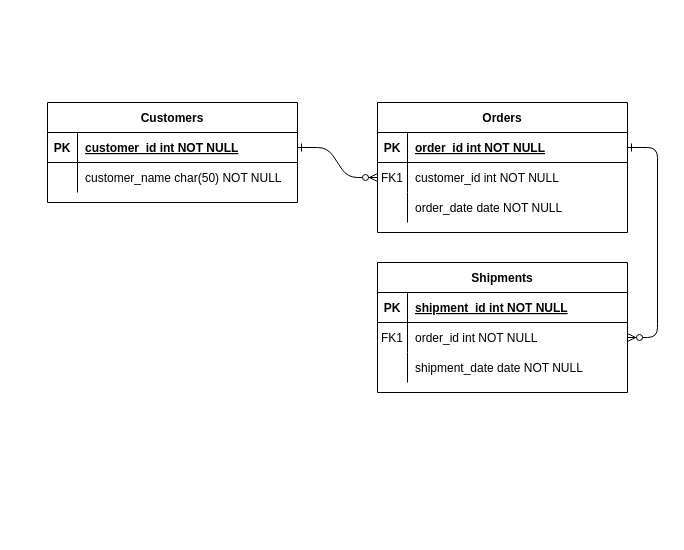
The draw.io diagram Untitled Diagram.drawio in 200103439As/Newrep, before the edit. Source tidied: cells renumbered, new cells numbered last; positions are measured from the earlier drawing's top-left corner, leaving out a move shared by most shapes. Both pictures are drawn from the tidied source at 100%, with x=0, y=0 at pixel (47, 102).
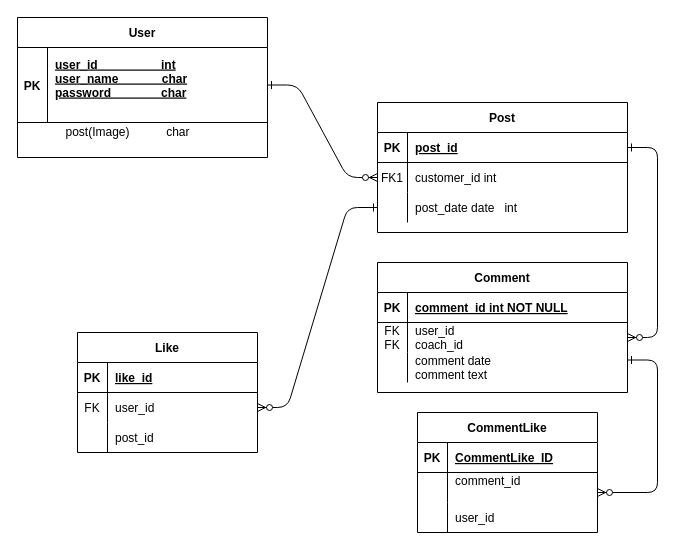
After the change.

The change refers to these unchanged cells:
```xml
<mxCell id="5" style="shape=partialRectangle;fillColor=none;points=[[0,0.5],[1,0.5]];portConstraint=eastwest;top=0;left=0;right=0;bottom=1;" parent="4" vertex="1">
  <mxGeometry y="30" width="250" height="30" as="geometry" />
</mxCell>
<mxCell id="8" style="shape=partialRectangle;fillColor=none;points=[[0,0.5],[1,0.5]];portConstraint=eastwest;top=0;left=0;right=0;bottom=0;" parent="4" vertex="1">
  <mxGeometry y="60" width="250" height="30" as="geometry" />
</mxCell>
<mxCell id="11" style="shape=partialRectangle;fillColor=none;points=[[0,0.5],[1,0.5]];portConstraint=eastwest;top=0;left=0;right=0;bottom=0;" parent="4" vertex="1">
  <mxGeometry y="90" width="250" height="30" as="geometry" />
</mxCell>
<mxCell id="15" style="shape=partialRectangle;fillColor=none;top=0;left=0;right=0;bottom=1;" parent="14" vertex="1">
  <mxGeometry y="30" width="250" height="30" as="geometry" />
</mxCell>
<mxCell id="18" style="shape=partialRectangle;fillColor=none;points=[[0,0.5],[1,0.5]];portConstraint=eastwest;top=0;left=0;right=0;bottom=0;" parent="14" vertex="1">
  <mxGeometry y="60" width="250" height="30" as="geometry" />
</mxCell>
<mxCell id="21" style="shape=partialRectangle;fillColor=none;top=0;left=0;right=0;bottom=0;" parent="14" vertex="1">
  <mxGeometry y="90" width="250" height="30" as="geometry" />
</mxCell>
```

Diff of the diagram source:
```diff
@@
-    <mxCell id="4" value="Orders" style="shape=table;startSize=30;childLayout=tableLayout;rowLines=0;fontStyle=1;align=center;" parent="1" vertex="1">
+    <mxCell id="4" value="Post" style="shape=table;startSize=30;childLayout=tableLayout;rowLines=0;fontStyle=1;align=center;" parent="1" vertex="1">
       <mxGeometry x="330" width="250" height="130" as="geometry" />
     </mxCell>
@@
-    <mxCell id="7" value="order_id int NOT NULL " style="shape=partialRectangle;overflow=hidden;fillColor=none;top=0;left=0;bottom=0;right=0;align=left;spacingLeft=6;fontStyle=5;" parent="5" vertex="1">
+    <mxCell id="7" value="post_id" style="shape=partialRectangle;overflow=hidden;fillColor=none;top=0;left=0;bottom=0;right=0;align=left;spacingLeft=6;fontStyle=5;" parent="5" vertex="1">
       <mxGeometry x="30" width="220" height="30" as="geometry" />
     </mxCell>
@@
-    <mxCell id="10" value="customer_id int NOT NULL" style="shape=partialRectangle;overflow=hidden;fillColor=none;top=0;left=0;bottom=0;right=0;align=left;spacingLeft=6;" parent="8" vertex="1">
+    <mxCell id="10" value="customer_id int " style="shape=partialRectangle;overflow=hidden;fillColor=none;top=0;left=0;bottom=0;right=0;align=left;spacingLeft=6;" parent="8" vertex="1">
       <mxGeometry x="30" width="220" height="30" as="geometry" />
     </mxCell>
@@
-    <mxCell id="13" value="order_date date NOT NULL" style="shape=partialRectangle;overflow=hidden;fillColor=none;top=0;left=0;bottom=0;right=0;align=left;spacingLeft=6;" parent="11" vertex="1">
+    <mxCell id="13" value="post_date date   int" style="shape=partialRectangle;overflow=hidden;fillColor=none;top=0;left=0;bottom=0;right=0;align=left;spacingLeft=6;" parent="11" vertex="1">
       <mxGeometry x="30" width="220" height="30" as="geometry" />
     </mxCell>
-    <mxCell id="14" value="Shipments" style="shape=table;startSize=30;childLayout=tableLayout;rowLines=0;fontStyle=1;align=center;" parent="1" vertex="1">
+    <mxCell id="14" value="Comment" style="shape=table;startSize=30;childLayout=tableLayout;rowLines=0;fontStyle=1;align=center;" parent="1" vertex="1">
       <mxGeometry x="330" y="160" width="250" height="130" as="geometry" />
     </mxCell>
@@
-    <mxCell id="17" value="shipment_id int NOT NULL " style="shape=partialRectangle;overflow=hidden;fillColor=none;top=0;left=0;bottom=0;right=0;align=left;spacingLeft=6;fontStyle=5;" parent="15" vertex="1">
+    <mxCell id="17" value="comment_id int NOT NULL " style="shape=partialRectangle;overflow=hidden;fillColor=none;top=0;left=0;bottom=0;right=0;align=left;spacingLeft=6;fontStyle=5;" parent="15" vertex="1">
       <mxGeometry x="30" width="220" height="30" as="geometry" />
     </mxCell>
@@
-    <mxCell id="19" value="FK1" style="shape=partialRectangle;overflow=hidden;fillColor=none;top=0;left=0;bottom=0;right=0;" parent="18" vertex="1">
+    <mxCell id="19" value="FK&#10;FK" style="shape=partialRectangle;overflow=hidden;fillColor=none;top=0;left=0;bottom=0;right=0;" parent="18" vertex="1">
       <mxGeometry width="30" height="30" as="geometry" />
     </mxCell>
-    <mxCell id="20" value="order_id int NOT NULL" style="shape=partialRectangle;overflow=hidden;fillColor=none;top=0;left=0;bottom=0;right=0;align=left;spacingLeft=6;" parent="18" vertex="1">
+    <mxCell id="20" value="user_id&#10;coach_id" style="shape=partialRectangle;overflow=hidden;fillColor=none;top=0;left=0;bottom=0;right=0;align=left;spacingLeft=6;" parent="18" vertex="1">
       <mxGeometry x="30" width="220" height="30" as="geometry" />
     </mxCell>
@@
-    <mxCell id="23" value="shipment_date date NOT NULL" style="shape=partialRectangle;overflow=hidden;fillColor=none;top=0;left=0;bottom=0;right=0;align=left;spacingLeft=6;" parent="21" vertex="1">
+    <mxCell id="23" value="comment date&#10;comment text" style="shape=partialRectangle;overflow=hidden;fillColor=none;top=0;left=0;bottom=0;right=0;align=left;spacingLeft=6;" parent="21" vertex="1">
       <mxGeometry x="30" width="220" height="30" as="geometry" />
     </mxCell>
-    <mxCell id="24" value="Customers" style="shape=table;startSize=30;childLayout=tableLayout;rowLines=0;fontStyle=1;align=center;" parent="1" vertex="1">
-      <mxGeometry width="250" height="100" as="geometry" />
+    <mxCell id="24" value="User" style="shape=table;startSize=30;childLayout=tableLayout;rowLines=0;fontStyle=1;align=center;" parent="1" vertex="1">
+      <mxGeometry x="-30" y="-85" width="250" height="140" as="geometry" />
     </mxCell>
     <mxCell id="25" style="shape=partialRectangle;fillColor=none;points=[[0,0.5],[1,0.5]];portConstraint=eastwest;top=0;left=0;right=0;bottom=1;" parent="24" vertex="1">
-      <mxGeometry y="30" width="250" height="30" as="geometry" />
+      <mxGeometry y="30" width="250" height="75" as="geometry" />
     </mxCell>
     <mxCell id="26" value="PK" style="shape=partialRectangle;overflow=hidden;fillColor=none;top=0;left=0;bottom=0;right=0;fontStyle=1;" parent="25" vertex="1">
-      <mxGeometry width="30" height="30" as="geometry" />
+      <mxGeometry width="30" height="75" as="geometry" />
     </mxCell>
-    <mxCell id="27" value="customer_id int NOT NULL " style="shape=partialRectangle;overflow=hidden;fillColor=none;top=0;left=0;bottom=0;right=0;align=left;spacingLeft=6;fontStyle=5;" parent="25" vertex="1">
-      <mxGeometry x="30" width="220" height="30" as="geometry" />
+    <mxCell id="27" value="user_id                   int&#10;user_name             char&#10;password               char&#10;" style="shape=partialRectangle;overflow=hidden;fillColor=none;top=0;left=0;bottom=0;right=0;align=left;spacingLeft=6;fontStyle=5;" parent="25" vertex="1">
+      <mxGeometry x="30" width="220" height="75" as="geometry" />
     </mxCell>
-    <mxCell id="28" style="shape=partialRectangle;fillColor=none;top=0;left=0;right=0;bottom=0;" parent="24" vertex="1">
-      <mxGeometry y="60" width="250" height="30" as="geometry" />
-    </mxCell>
-    <mxCell id="29" style="shape=partialRectangle;overflow=hidden;fillColor=none;top=0;left=0;bottom=0;right=0;" parent="28" vertex="1">
-      <mxGeometry width="30" height="30" as="geometry" />
-    </mxCell>
-    <mxCell id="30" value="customer_name char(50) NOT NULL" style="shape=partialRectangle;overflow=hidden;fillColor=none;top=0;left=0;bottom=0;right=0;align=left;spacingLeft=6;" parent="28" vertex="1">
-      <mxGeometry x="30" width="220" height="30" as="geometry" />
-    </mxCell>
+    <mxCell id="31" value="post(Image)&amp;nbsp; &amp;nbsp; &amp;nbsp; &amp;nbsp; &amp;nbsp; &amp;nbsp;char" style="text;html=1;align=center;verticalAlign=middle;strokeColor=none;fillColor=none;" parent="1" vertex="1">
+      <mxGeometry x="10" y="20" width="140" height="20" as="geometry" />
+    </mxCell>
+    <mxCell id="32" value="Like" style="shape=table;startSize=30;childLayout=tableLayout;rowLines=0;fontStyle=1;align=center;" parent="1" vertex="1">
+      <mxGeometry x="30" y="230" width="180" height="120" as="geometry" />
+    </mxCell>
+    <mxCell id="33" style="shape=partialRectangle;fillColor=none;top=0;left=0;bottom=1;right=0;" parent="32" vertex="1">
+      <mxGeometry y="30" width="180" height="30" as="geometry" />
+    </mxCell>
+    <mxCell id="34" value="PK" style="shape=partialRectangle;fillColor=none;top=0;left=0;bottom=0;right=0;fontStyle=1;overflow=hidden;" parent="33" vertex="1">
+      <mxGeometry width="30" height="30" as="geometry" />
+    </mxCell>
+    <mxCell id="35" value="like_id" style="shape=partialRectangle;fillColor=none;top=0;left=0;bottom=0;right=0;align=left;spacingLeft=6;fontStyle=5;overflow=hidden;" parent="33" vertex="1">
+      <mxGeometry x="30" width="150" height="30" as="geometry" />
+    </mxCell>
+    <mxCell id="36" style="shape=partialRectangle;fillColor=none;top=0;left=0;bottom=0;right=0;points=[[0,0.5],[1,0.5]];portConstraint=eastwest;" parent="32" vertex="1">
+      <mxGeometry y="60" width="180" height="30" as="geometry" />
+    </mxCell>
+    <mxCell id="37" value="FK" style="shape=partialRectangle;fillColor=none;top=0;left=0;bottom=0;right=0;overflow=hidden;" parent="36" vertex="1">
+      <mxGeometry width="30" height="30" as="geometry" />
+    </mxCell>
+    <mxCell id="38" value="user_id" style="shape=partialRectangle;fillColor=none;top=0;left=0;bottom=0;right=0;align=left;spacingLeft=6;overflow=hidden;" parent="36" vertex="1">
+      <mxGeometry x="30" width="150" height="30" as="geometry" />
+    </mxCell>
+    <mxCell id="39" style="shape=partialRectangle;fillColor=none;top=0;left=0;bottom=0;right=0;" parent="32" vertex="1">
+      <mxGeometry y="90" width="180" height="30" as="geometry" />
+    </mxCell>
+    <mxCell id="40" style="shape=partialRectangle;fillColor=none;top=0;left=0;bottom=0;right=0;overflow=hidden;" parent="39" vertex="1">
+      <mxGeometry width="30" height="30" as="geometry" />
+    </mxCell>
+    <mxCell id="41" value="post_id" style="shape=partialRectangle;fillColor=none;top=0;left=0;bottom=0;right=0;align=left;spacingLeft=6;overflow=hidden;" parent="39" vertex="1">
+      <mxGeometry x="30" width="150" height="30" as="geometry" />
+    </mxCell>
+    <mxCell id="42" value="CommentLike" style="shape=table;startSize=30;childLayout=tableLayout;rowLines=0;fontStyle=1;align=center;" parent="1" vertex="1">
+      <mxGeometry x="370" y="310" width="180" height="120" as="geometry" />
+    </mxCell>
+    <mxCell id="43" style="shape=partialRectangle;fillColor=none;top=0;left=0;bottom=1;right=0;" parent="42" vertex="1">
+      <mxGeometry y="30" width="180" height="30" as="geometry" />
+    </mxCell>
+    <mxCell id="44" value="PK" style="shape=partialRectangle;fillColor=none;top=0;left=0;bottom=0;right=0;fontStyle=1;overflow=hidden;" parent="43" vertex="1">
+      <mxGeometry width="30" height="30" as="geometry" />
+    </mxCell>
+    <mxCell id="45" value="CommentLike_ID" style="shape=partialRectangle;fillColor=none;top=0;left=0;bottom=0;right=0;align=left;spacingLeft=6;fontStyle=5;overflow=hidden;" parent="43" vertex="1">
+      <mxGeometry x="30" width="150" height="30" as="geometry" />
+    </mxCell>
+    <mxCell id="46" style="shape=partialRectangle;fillColor=none;top=0;left=0;bottom=0;right=0;points=[[0,0.5],[1,0.5]];portConstraint=eastwest;" parent="42" vertex="1">
+      <mxGeometry y="60" width="180" height="30" as="geometry" />
+    </mxCell>
+    <mxCell id="47" style="shape=partialRectangle;fillColor=none;top=0;left=0;bottom=0;right=0;overflow=hidden;" parent="46" vertex="1">
+      <mxGeometry width="30" height="30" as="geometry" />
+    </mxCell>
+    <mxCell id="48" value="comment_id&#10;" style="shape=partialRectangle;fillColor=none;top=0;left=0;bottom=0;right=0;align=left;spacingLeft=6;overflow=hidden;" parent="46" vertex="1">
+      <mxGeometry x="30" width="150" height="30" as="geometry" />
+    </mxCell>
+    <mxCell id="49" style="shape=partialRectangle;fillColor=none;top=0;left=0;bottom=0;right=0;" parent="42" vertex="1">
+      <mxGeometry y="90" width="180" height="30" as="geometry" />
+    </mxCell>
+    <mxCell id="50" style="shape=partialRectangle;fillColor=none;top=0;left=0;bottom=0;right=0;overflow=hidden;" parent="49" vertex="1">
+      <mxGeometry width="30" height="30" as="geometry" />
+    </mxCell>
+    <mxCell id="51" value="user_id" style="shape=partialRectangle;fillColor=none;top=0;left=0;bottom=0;right=0;align=left;spacingLeft=6;overflow=hidden;" parent="49" vertex="1">
+      <mxGeometry x="30" width="150" height="30" as="geometry" />
+    </mxCell>
+    <mxCell id="52" style="edgeStyle=entityRelationEdgeStyle;endArrow=ERzeroToMany;startArrow=ERone;endFill=1;startFill=0;entryX=1;entryY=0.667;entryDx=0;entryDy=0;entryPerimeter=0;" parent="1" edge="1" target="46">
+      <mxGeometry relative="1" as="geometry">
+        <mxPoint x="580" y="257.5" as="sourcePoint" />
+      </mxGeometry>
+    </mxCell>
+    <mxCell id="53" style="edgeStyle=entityRelationEdgeStyle;endArrow=ERzeroToMany;startArrow=ERone;endFill=1;startFill=0;exitX=0;exitY=0.5;exitDx=0;exitDy=0;" parent="1" edge="1" source="11" target="36">
+      <mxGeometry relative="1" as="geometry" />
+    </mxCell>
```
